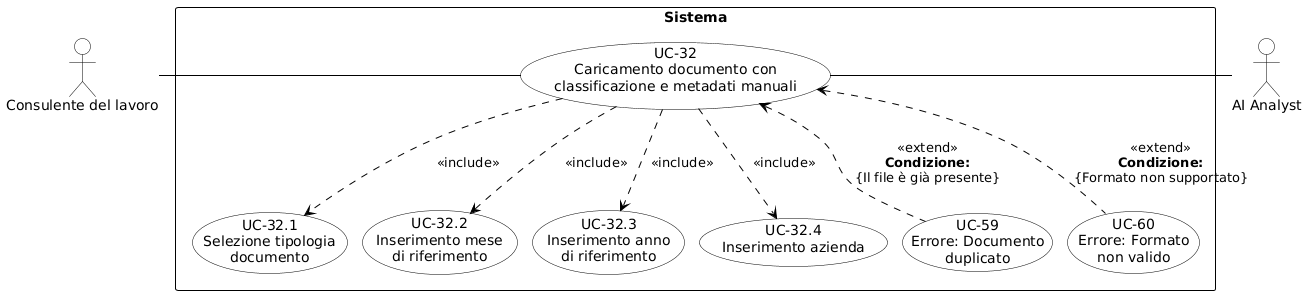
aLittleByte-19/Documentazione keeps this PlantUML diagram as RTB/Analisi dei Requisiti/diagrammi_use_case/UC-32.png. Above is the earlier version.
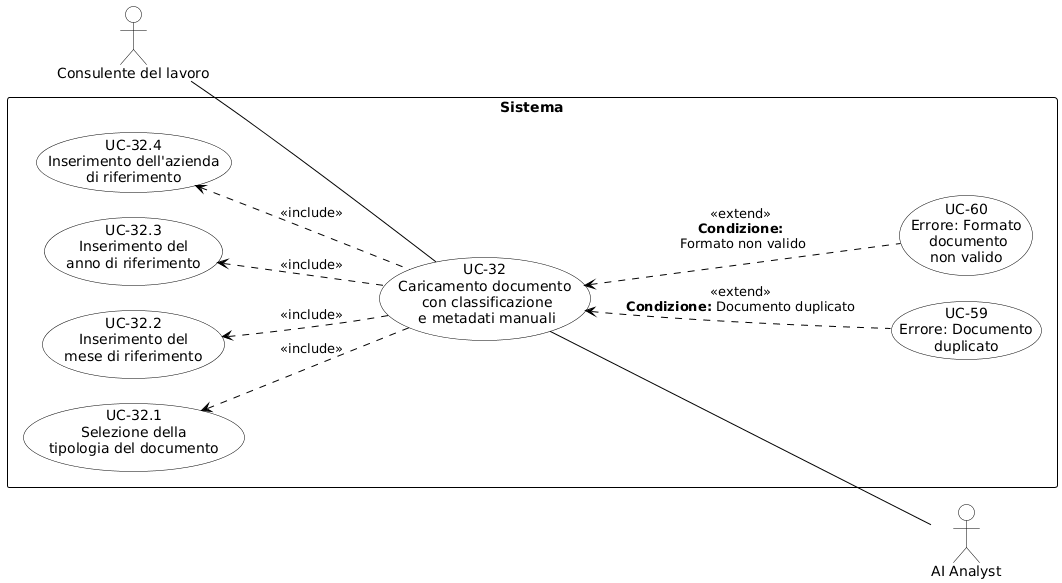
Later version of the same file.

Change to the diagram source:
```diff
@@ -1,11 +1,9 @@
 @startuml
 skinparam shadowing false
 skinparam defaultFontName Arial
-
-top to bottom direction
-
-skinparam ranksep 50
-skinparam nodesep 15
+left to right direction
+skinparam nodesep 25
+skinparam ranksep 70
 
 skinparam usecase {
     BackgroundColor white
@@ -21,30 +19,29 @@
     FontStyle bold
 }
 
-actor "Consulente del lavoro" as C
+actor "Consulente del lavoro" as CL
 actor "AI Analyst" as AI
 
 rectangle "Sistema" {
-    usecase "UC-32\nCaricamento documento con\nclassificazione e metadati manuali" as UC32
+    usecase "UC-32\nCaricamento documento\n con classificazione\n e metadati manuali" as UC32
 
-    usecase "UC-32.1\nSelezione tipologia\ndocumento" as UC32_1
-    usecase "UC-32.2\nInserimento mese\ndi riferimento" as UC32_2
-    usecase "UC-32.3\nInserimento anno\ndi riferimento" as UC32_3
-    usecase "UC-32.4\nInserimento azienda" as UC32_4
+    usecase "UC-32.1\nSelezione della\ntipologia del documento" as UC32_1
+    usecase "UC-32.2\nInserimento del\nmese di riferimento" as UC32_2
+    usecase "UC-32.3\nInserimento del\nanno di riferimento" as UC32_3
+    usecase "UC-32.4\nInserimento dell'azienda\ndi riferimento" as UC32_4
 
     usecase "UC-59\nErrore: Documento\nduplicato" as UC59
-    usecase "UC-60\nErrore: Formato\nnon valido" as UC60
+    usecase "UC-60\nErrore: Formato\n documento\nnon valido" as UC60
 
-    UC32 ..> UC32_1 : <<include>>
-    UC32 ..> UC32_2 : <<include>>
-    UC32 ..> UC32_3 : <<include>>
-    UC32 ..> UC32_4 : <<include>>
+    UC32 .up.> UC32_1 : <<include>>
+    UC32 .up.> UC32_2 : <<include>>
+    UC32 .up.> UC32_3 : <<include>>
+    UC32 .up.> UC32_4 : <<include>>
 
-    UC32 <.. UC59 : <<extend>>\n**Condizione:**\n{Il file è già presente}
-    UC32 <.. UC60 : <<extend>>\n**Condizione:**\n{Formato non supportato}
+    UC59 .up.> UC32 : <<extend>>\n**Condizione:** Documento duplicato
+    UC60 .up.> UC32 : <<extend>>\n**Condizione:**\n Formato non valido
 }
 
-C -right- UC32
-
-UC32 -right- AI
+CL -- UC32
+UC32 -- AI
 @enduml
```
